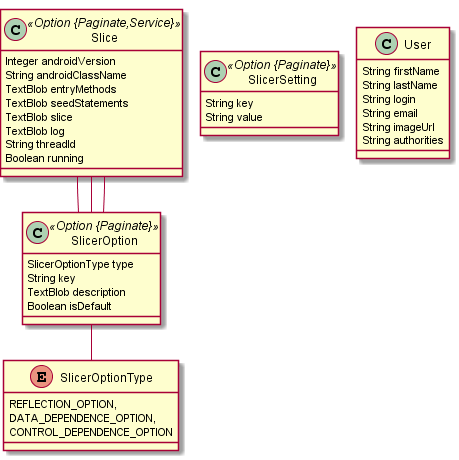
The PlantUML diagram AndroidSlicer.png in BitFlipp3r/AndroidSlicer, before a commit.
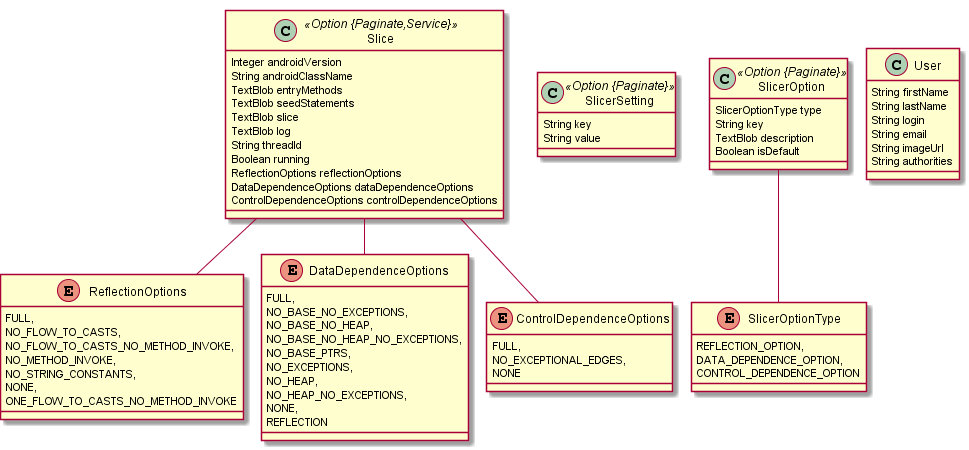
Above is the later version.

Change to the diagram source:
```diff
@@ -10,10 +10,13 @@
 		TextBlob log
 		String threadId
 		Boolean running
+		ReflectionOptions reflectionOptions
+		DataDependenceOptions dataDependenceOptions
+		ControlDependenceOptions controlDependenceOptions
 	}
-	Slice  "reflectionOptions(key) 0..1 " -- "0..1 "  SlicerOption
-	Slice  "dataDependenceOptions(key) 0..1 " -- "0..1 "  SlicerOption
-	Slice  "controlDependenceOptions(key) 0..1 " -- "0..1 "  SlicerOption
+	Slice ..> ReflectionOptions
+	Slice ..> DataDependenceOptions
+	Slice ..> ControlDependenceOptions
 	class SlicerSetting <<Option {Paginate}>> {
 		String key
 		String value
@@ -30,6 +33,32 @@
 		DATA_DEPENDENCE_OPTION,
 		CONTROL_DEPENDENCE_OPTION
 	}
+	enum ReflectionOptions {
+		FULL,
+		NO_FLOW_TO_CASTS,
+		NO_FLOW_TO_CASTS_NO_METHOD_INVOKE,
+		NO_METHOD_INVOKE,
+		NO_STRING_CONSTANTS,
+		NONE,
+		ONE_FLOW_TO_CASTS_NO_METHOD_INVOKE
+	}
+	enum DataDependenceOptions {
+		FULL,
+		NO_BASE_NO_EXCEPTIONS,
+		NO_BASE_NO_HEAP,
+		NO_BASE_NO_HEAP_NO_EXCEPTIONS,
+		NO_BASE_PTRS,
+		NO_EXCEPTIONS,
+		NO_HEAP,
+		NO_HEAP_NO_EXCEPTIONS,
+		NONE,
+		REFLECTION
+	}
+	enum ControlDependenceOptions {
+		FULL,
+		NO_EXCEPTIONAL_EDGES,
+		NONE
+	}
 	class User  {
 		String firstName
 		String lastName
```
